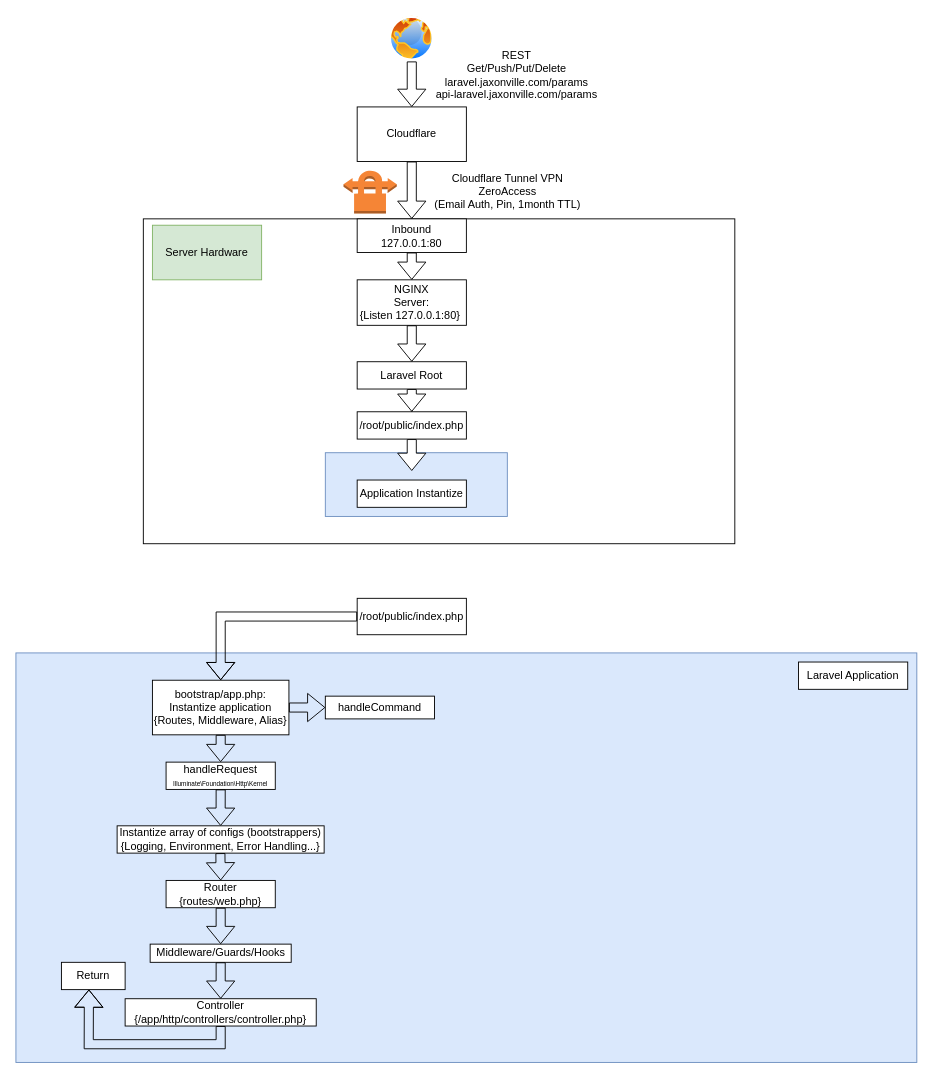
Earlier version of the draw.io diagram Routing.drawio (jjdyo/Jaxons-Homelab-Topology). Source tidied: cells renumbered, new cells numbered last; positions are measured from the earlier drawing's top-left corner, leaving out a move shared by most shapes. Both pictures are drawn from the tidied source at 91%, with x=0, y=0 at pixel (15, 15).
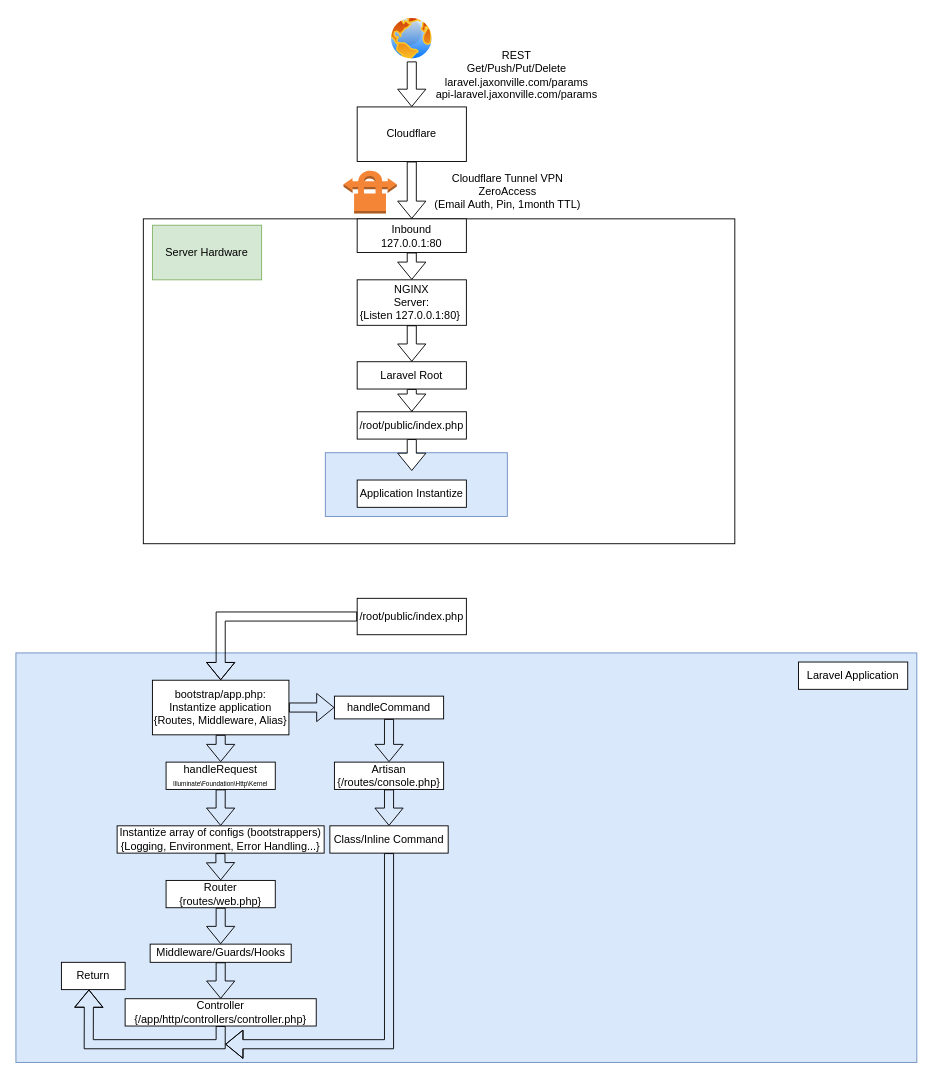
Above is the later version.

Diff of the diagram source:
```diff
@@
     <mxCell id="28" value="handleCommand" style="rounded=0;whiteSpace=wrap;html=1;" parent="1" vertex="1">
-      <mxGeometry x="340" y="747.5" width="120" height="25" as="geometry" />
+      <mxGeometry x="350" y="747.5" width="120" height="25" as="geometry" />
     </mxCell>
@@
+    <mxCell id="41" value="Artisan&lt;br&gt;{/routes/console.php}" style="rounded=0;whiteSpace=wrap;html=1;" parent="1" vertex="1">
+      <mxGeometry x="350" y="820" width="120" height="30" as="geometry" />
+    </mxCell>
+    <mxCell id="42" style="shape=flexArrow;endArrow=classic;html=1;rounded=0;exitX=0.5;exitY=1;exitDx=0;exitDy=0;entryX=0.5;entryY=0;entryDx=0;entryDy=0;" parent="1" edge="1" source="28" target="41">
+      <mxGeometry relative="1" as="geometry" />
+    </mxCell>
+    <mxCell id="43" style="shape=flexArrow;endArrow=classic;html=1;rounded=0;exitX=0.5;exitY=1;exitDx=0;exitDy=0;entryX=0.5;entryY=0;entryDx=0;entryDy=0;" parent="1" edge="1" source="41" target="44">
+      <mxGeometry relative="1" as="geometry" />
+    </mxCell>
+    <mxCell id="44" value="Class/Inline Command" style="rounded=0;whiteSpace=wrap;html=1;" parent="1" vertex="1">
+      <mxGeometry x="345" y="890" width="130" height="30" as="geometry" />
+    </mxCell>
+    <mxCell id="45" style="shape=flexArrow;endArrow=classic;html=1;rounded=0;exitX=0.5;exitY=1;exitDx=0;exitDy=0;" parent="1" edge="1" source="44">
+      <mxGeometry relative="1" as="geometry">
+        <mxPoint x="230" y="1130" as="targetPoint" />
+        <Array as="points">
+          <mxPoint x="410" y="1130" />
+        </Array>
+      </mxGeometry>
+    </mxCell>
```
